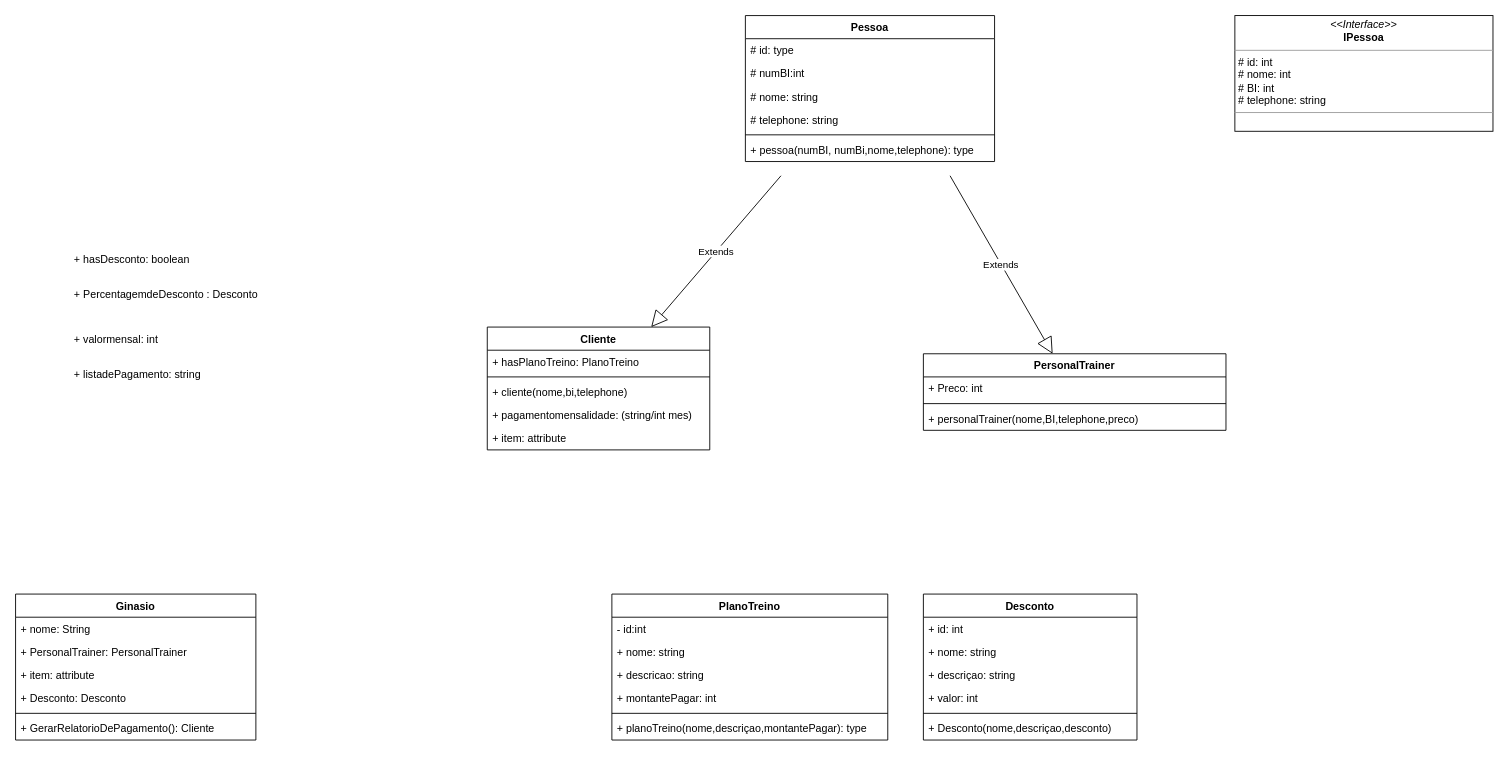
Above: page "Class" (2 of 2) of diagrams/UCase.drawio in bosshentai/ginasio (draw.io), before the change. Source tidied: cells renumbered, new cells numbered last; positions are measured from the earlier drawing's top-left corner, leaving out a move shared by most shapes. Both pictures are drawn from the tidied source at 89%, with x=0, y=0 at pixel (15, 15).
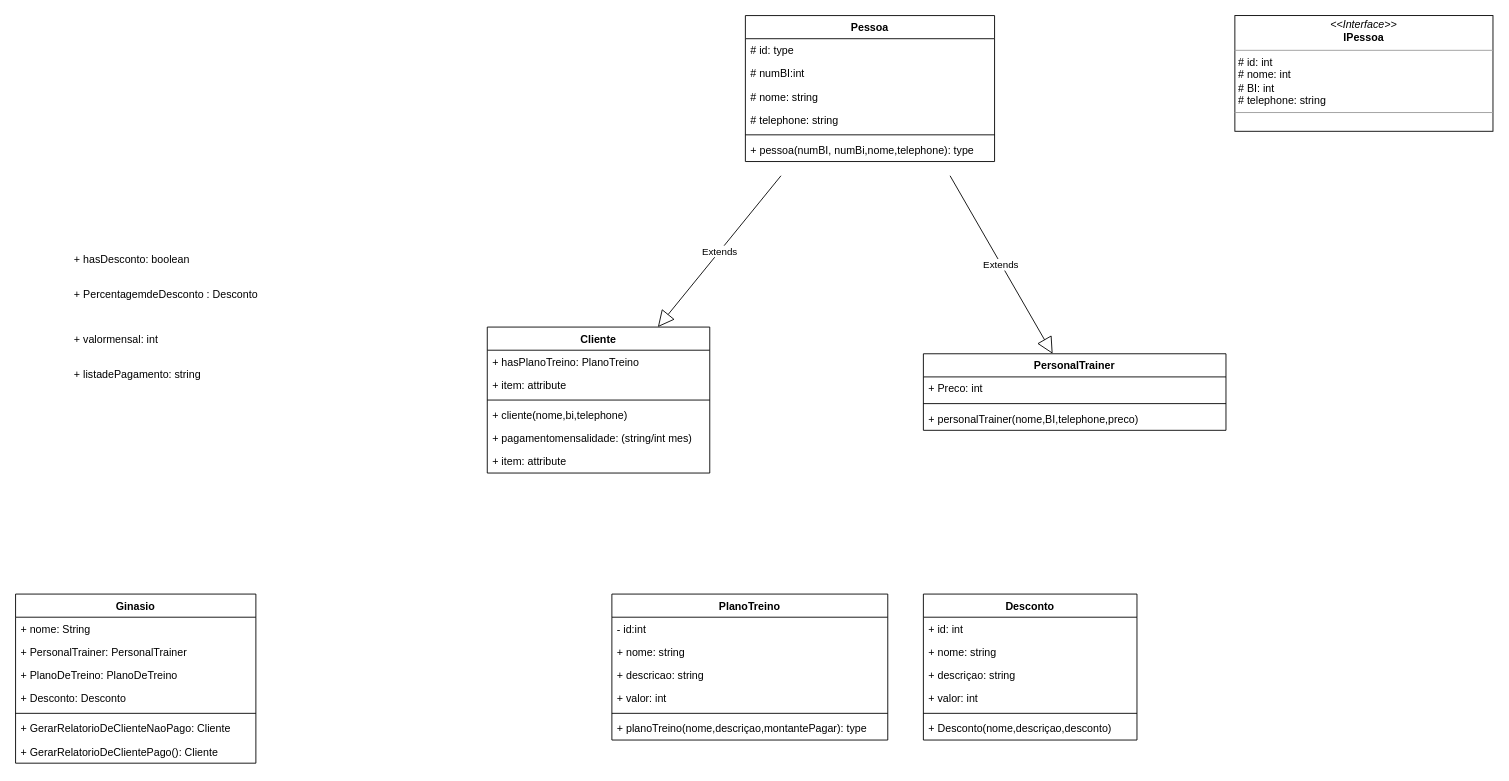
After the change.

Unchanged cells that the change refers to:
```xml
<mxCell id="15" value="PlanoTreino" style="swimlane;fontStyle=1;align=center;verticalAlign=top;horizontal=1;startSize=26;" parent="1" vertex="1">
  <mxGeometry x="670" y="650" width="310" height="164" as="geometry" />
</mxCell>
```

Change to the diagram source:
```diff
@@
     <mxCell id="3" value="Cliente" style="swimlane;fontStyle=1;align=center;verticalAlign=top;horizontal=1;startSize=26;" parent="1" vertex="1">
-      <mxGeometry x="530" y="350" width="250" height="138" as="geometry" />
+      <mxGeometry x="530" y="350" width="250" height="164" as="geometry" />
     </mxCell>
@@
+    <mxCell id="47" value="+ item: attribute" style="text;strokeColor=none;fillColor=none;align=left;verticalAlign=top;spacingLeft=4;spacingRight=4;overflow=hidden;" parent="3" vertex="1">
+      <mxGeometry y="52" width="250" height="26" as="geometry" />
+    </mxCell>
     <mxCell id="5" style="line;strokeWidth=1;fillColor=none;align=left;verticalAlign=middle;spacingTop=-1;spacingLeft=3;spacingRight=3;labelPosition=right;" parent="3" vertex="1">
-      <mxGeometry y="52" width="250" height="8" as="geometry" />
+      <mxGeometry y="78" width="250" height="8" as="geometry" />
     </mxCell>
     <mxCell id="6" value="+ cliente(nome,bi,telephone) " style="text;strokeColor=none;fillColor=none;align=left;verticalAlign=top;spacingLeft=4;spacingRight=4;overflow=hidden;" parent="3" vertex="1">
-      <mxGeometry y="60" width="250" height="26" as="geometry" />
+      <mxGeometry y="86" width="250" height="26" as="geometry" />
     </mxCell>
     <mxCell id="7" value="+ pagamentomensalidade: (string/int mes)" style="text;strokeColor=none;fillColor=none;align=left;verticalAlign=top;spacingLeft=4;spacingRight=4;overflow=hidden;" parent="3" vertex="1">
-      <mxGeometry y="86" width="250" height="26" as="geometry" />
+      <mxGeometry y="112" width="250" height="26" as="geometry" />
     </mxCell>
     <mxCell id="8" value="+ item: attribute" style="text;strokeColor=none;fillColor=none;align=left;verticalAlign=top;spacingLeft=4;spacingRight=4;overflow=hidden;" parent="3" vertex="1">
-      <mxGeometry y="112" width="250" height="26" as="geometry" />
+      <mxGeometry y="138" width="250" height="26" as="geometry" />
     </mxCell>
@@
-    <mxCell id="19" value="+ montantePagar: int" style="text;strokeColor=none;fillColor=none;align=left;verticalAlign=top;spacingLeft=4;spacingRight=4;overflow=hidden;" parent="15" vertex="1">
+    <mxCell id="19" value="+ valor: int" style="text;strokeColor=none;fillColor=none;align=left;verticalAlign=top;spacingLeft=4;spacingRight=4;overflow=hidden;" parent="15" vertex="1">
       <mxGeometry y="104" width="310" height="26" as="geometry" />
     </mxCell>
@@
     <mxCell id="40" value="Ginasio" style="swimlane;fontStyle=1;align=center;verticalAlign=top;horizontal=1;startSize=26;" parent="1" vertex="1">
-      <mxGeometry y="650" width="270" height="164" as="geometry" />
+      <mxGeometry y="650" width="270" height="190" as="geometry" />
     </mxCell>
@@
-    <mxCell id="43" value="+ item: attribute" style="text;strokeColor=none;fillColor=none;align=left;verticalAlign=top;spacingLeft=4;spacingRight=4;overflow=hidden;" parent="40" vertex="1">
+    <mxCell id="43" value="+ PlanoDeTreino: PlanoDeTreino" style="text;strokeColor=none;fillColor=none;align=left;verticalAlign=top;spacingLeft=4;spacingRight=4;overflow=hidden;" parent="40" vertex="1">
       <mxGeometry y="78" width="270" height="26" as="geometry" />
     </mxCell>
@@
+    <mxCell id="48" value="+ GerarRelatorioDeClienteNaoPago: Cliente" style="text;strokeColor=none;fillColor=none;align=left;verticalAlign=top;spacingLeft=4;spacingRight=4;overflow=hidden;" parent="40" vertex="1">
+      <mxGeometry y="138" width="270" height="26" as="geometry" />
+    </mxCell>
-    <mxCell id="46" value="+ GerarRelatorioDePagamento(): Cliente " style="text;strokeColor=none;fillColor=none;align=left;verticalAlign=top;spacingLeft=4;spacingRight=4;overflow=hidden;" parent="40" vertex="1">
-      <mxGeometry y="138" width="270" height="26" as="geometry" />
+    <mxCell id="46" value="+ GerarRelatorioDeClientePago(): Cliente " style="text;strokeColor=none;fillColor=none;align=left;verticalAlign=top;spacingLeft=4;spacingRight=4;overflow=hidden;" parent="40" vertex="1">
+      <mxGeometry y="164" width="270" height="26" as="geometry" />
     </mxCell>
```
